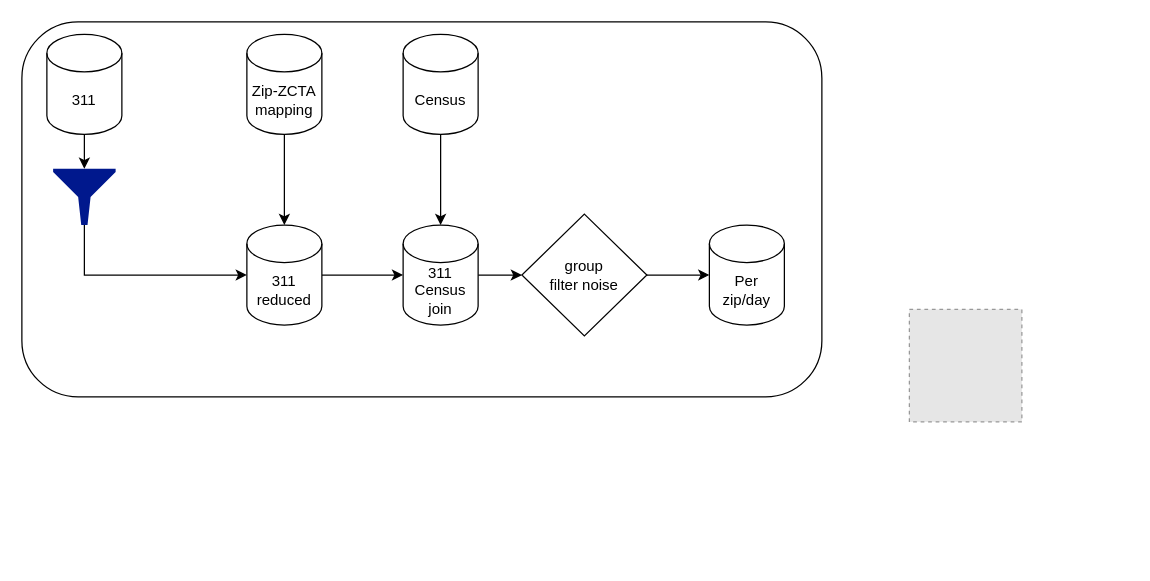
Earlier version of the draw.io diagram Pipeline.drawio (BrunoGomesCoelho/311_covid_trends). Source tidied: cells renumbered, new cells numbered last; positions are measured from the earlier drawing's top-left corner, leaving out a move shared by most shapes. Both pictures are drawn from the tidied source at 125%, with x=0, y=0 at pixel (21, 21). Pictures stored in the file or linked from it are replaced by grey dashed boxes.
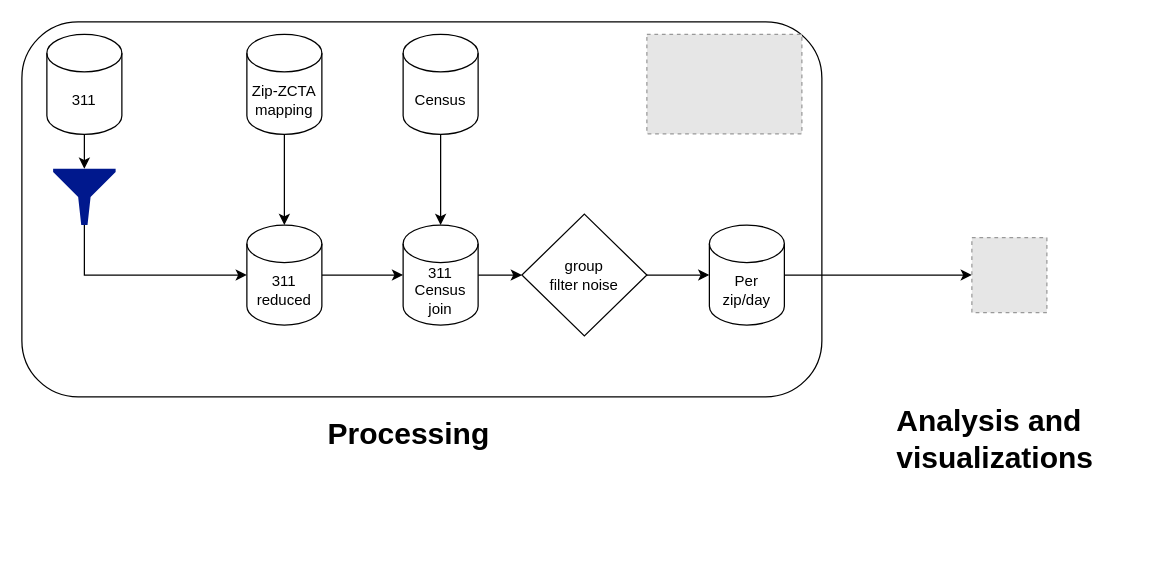
Above is the later version.

Commit message:
Update Pipeline.drawio with whatsapp sent version

The change refers to these unchanged cells:
```xml
<mxCell id="9" value="Per zip/day" style="shape=cylinder3;whiteSpace=wrap;html=1;boundedLbl=1;backgroundOutline=1;size=15;" parent="1" vertex="1">
  <mxGeometry x="550" y="162.5" width="60" height="80" as="geometry" />
</mxCell>
```

What changed in the source:
```diff
@@
+    <mxCell id="19" style="edgeStyle=orthogonalEdgeStyle;rounded=0;jettySize=auto;html=1;exitX=1;exitY=0.5;exitDx=0;exitDy=0;exitPerimeter=0;" parent="1" edge="1" source="9" target="18">
+      <mxGeometry relative="1" as="geometry" />
+    </mxCell>
@@
     <mxCell id="18" style="fillColor=#E6E6E6;strokeColor=#999999;dashed=1;html=1;verticalAlign=top;verticalLabelPosition=bottom;labelBackgroundColor=#ffffff;" parent="1" vertex="1">
-      <mxGeometry x="710" y="230" width="90" height="90" as="geometry" />
+      <mxGeometry x="760" y="172.5" width="60" height="60" as="geometry" />
     </mxCell>
+    <mxCell id="20" style="fillColor=#E6E6E6;strokeColor=#999999;dashed=1;verticalLabelPosition=bottom;labelBackgroundColor=#ffffff;verticalAlign=top;" parent="1" vertex="1">
+      <mxGeometry x="500" y="10" width="124" height="79.6" as="geometry" />
+    </mxCell>
+    <mxCell id="21" value="&lt;h1&gt;Processing&lt;/h1&gt;&lt;p&gt;&lt;br&gt;&lt;/p&gt;" style="text;html=1;strokeColor=none;fillColor=none;spacing=5;spacingTop=-20;whiteSpace=wrap;overflow=hidden;rounded=0;" parent="1" vertex="1">
+      <mxGeometry x="240" y="310" width="190" height="120" as="geometry" />
+    </mxCell>
+    <mxCell id="22" value="&lt;h1&gt;Analysis and visualizations&lt;/h1&gt;&lt;p&gt;&lt;br&gt;&lt;/p&gt;" style="text;html=1;strokeColor=none;fillColor=none;spacing=5;spacingTop=-20;whiteSpace=wrap;overflow=hidden;rounded=0;" parent="1" vertex="1">
+      <mxGeometry x="695" y="300" width="190" height="120" as="geometry" />
+    </mxCell>
```
